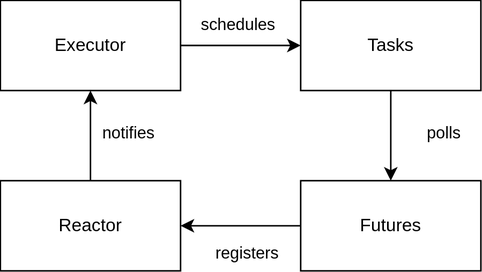
Above: training-slides/src/images/async-building-blocks.drawio.svg in ferrous-systems/rust-training (draw.io), before the change. Source tidied: cells renumbered, new cells last; positions are measured from the earlier drawing's top-left corner, leaving out a move shared by most shapes.
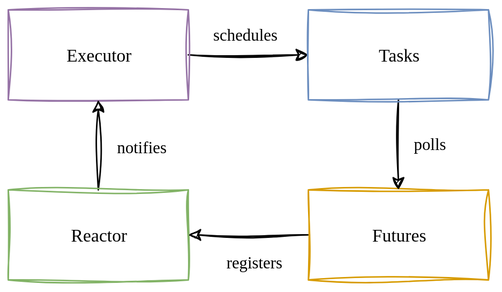
Later version of the same file.

Diff of the diagram source:
```diff
@@ -2,18 +2,18 @@
   <root>
     <mxCell id="0" />
     <mxCell id="1" parent="0" />
-    <mxCell id="2" style="edgeStyle=orthogonalEdgeStyle;rounded=0;jettySize=auto;html=1;entryX=0;entryY=0.5;entryDx=0;entryDy=0;" parent="1" edge="1" source="4" target="14">
+    <mxCell id="2" style="edgeStyle=orthogonalEdgeStyle;rounded=0;jettySize=auto;html=1;entryX=0;entryY=0.5;entryDx=0;entryDy=0;sketch=1;curveFitting=1;jiggle=2;" parent="1" edge="1" source="4" target="14">
       <mxGeometry relative="1" as="geometry" />
     </mxCell>
-    <mxCell id="3" value="schedules" style="edgeLabel;html=1;align=center;verticalAlign=middle;" parent="2" vertex="1">
+    <mxCell id="3" value="&lt;font face=&quot;Verdana&quot;&gt;schedules&lt;/font&gt;" style="edgeLabel;html=1;align=center;verticalAlign=middle;" parent="2" vertex="1">
       <mxGeometry x="-0.34" relative="1" as="geometry">
         <mxPoint x="11" y="-14" as="offset" />
       </mxGeometry>
     </mxCell>
-    <mxCell id="4" value="Executor" style="rounded=0;whiteSpace=wrap;html=1;" parent="1" vertex="1">
+    <mxCell id="4" value="&lt;font face=&quot;Verdana&quot;&gt;Executor&lt;/font&gt;" style="rounded=0;whiteSpace=wrap;html=1;fillStyle=zigzag-line;fillColor=none;strokeColor=#9673a6;sketch=1;curveFitting=1;jiggle=2;" parent="1" vertex="1">
       <mxGeometry width="120" height="60" as="geometry" />
     </mxCell>
-    <mxCell id="5" style="edgeStyle=orthogonalEdgeStyle;rounded=0;jettySize=auto;html=1;entryX=0.5;entryY=1;entryDx=0;entryDy=0;" parent="1" edge="1" source="8" target="4">
+    <mxCell id="5" style="edgeStyle=orthogonalEdgeStyle;rounded=0;jettySize=auto;html=1;entryX=0.5;entryY=1;entryDx=0;entryDy=0;sketch=1;curveFitting=1;jiggle=2;" parent="1" edge="1" source="8" target="4">
       <mxGeometry relative="1" as="geometry" />
     </mxCell>
     <mxCell id="6" value=" " style="edgeLabel;html=1;align=center;verticalAlign=middle;" parent="5" vertex="1">
@@ -21,34 +21,34 @@
         <mxPoint x="23" as="offset" />
       </mxGeometry>
     </mxCell>
-    <mxCell id="7" value="notifies" style="edgeLabel;html=1;align=center;verticalAlign=middle;" parent="5" vertex="1">
+    <mxCell id="7" value="&lt;font face=&quot;Verdana&quot;&gt;notifies&lt;/font&gt;" style="edgeLabel;html=1;align=center;verticalAlign=middle;" parent="5" vertex="1">
       <mxGeometry x="0.3" y="1" relative="1" as="geometry">
-        <mxPoint x="26" y="7" as="offset" />
+        <mxPoint x="29" y="10" as="offset" />
       </mxGeometry>
     </mxCell>
-    <mxCell id="8" value="Reactor" style="rounded=0;whiteSpace=wrap;html=1;" parent="1" vertex="1">
+    <mxCell id="8" value="&lt;font face=&quot;Verdana&quot;&gt;Reactor&lt;/font&gt;" style="rounded=0;whiteSpace=wrap;html=1;sketch=1;curveFitting=1;jiggle=2;fillColor=none;strokeColor=#82b366;" parent="1" vertex="1">
       <mxGeometry y="120" width="120" height="60" as="geometry" />
     </mxCell>
-    <mxCell id="9" style="edgeStyle=orthogonalEdgeStyle;rounded=0;jettySize=auto;html=1;entryX=1;entryY=0.5;entryDx=0;entryDy=0;" parent="1" edge="1" source="11" target="8">
+    <mxCell id="9" style="edgeStyle=orthogonalEdgeStyle;rounded=0;jettySize=auto;html=1;entryX=1;entryY=0.5;entryDx=0;entryDy=0;sketch=1;curveFitting=1;jiggle=2;" parent="1" edge="1" source="11" target="8">
       <mxGeometry relative="1" as="geometry" />
     </mxCell>
-    <mxCell id="10" value="registers" style="edgeLabel;html=1;align=center;verticalAlign=middle;" parent="9" vertex="1">
+    <mxCell id="10" value="&lt;font face=&quot;Verdana&quot;&gt;registers&lt;/font&gt;" style="edgeLabel;html=1;align=center;verticalAlign=middle;" parent="9" vertex="1">
       <mxGeometry x="-0.21" y="2" relative="1" as="geometry">
         <mxPoint x="-5" y="16" as="offset" />
       </mxGeometry>
     </mxCell>
-    <mxCell id="11" value="Futures" style="rounded=0;whiteSpace=wrap;html=1;" parent="1" vertex="1">
+    <mxCell id="11" value="&lt;font face=&quot;Verdana&quot;&gt;Futures&lt;/font&gt;" style="rounded=0;whiteSpace=wrap;html=1;sketch=1;curveFitting=1;jiggle=2;fillColor=none;strokeColor=#d79b00;" parent="1" vertex="1">
       <mxGeometry x="200" y="120" width="120" height="60" as="geometry" />
     </mxCell>
-    <mxCell id="12" style="edgeStyle=orthogonalEdgeStyle;rounded=0;jettySize=auto;html=1;entryX=0.5;entryY=0;entryDx=0;entryDy=0;" parent="1" edge="1" source="14" target="11">
+    <mxCell id="12" style="edgeStyle=orthogonalEdgeStyle;rounded=0;jettySize=auto;html=1;entryX=0.5;entryY=0;entryDx=0;entryDy=0;sketch=1;curveFitting=1;jiggle=2;" parent="1" edge="1" source="14" target="11">
       <mxGeometry relative="1" as="geometry" />
     </mxCell>
-    <mxCell id="13" value="polls" style="edgeLabel;html=1;align=center;verticalAlign=middle;" parent="12" vertex="1">
+    <mxCell id="13" value="&lt;font face=&quot;Verdana&quot;&gt;polls&lt;/font&gt;" style="edgeLabel;html=1;align=center;verticalAlign=middle;" parent="12" vertex="1">
       <mxGeometry x="-0.31" y="-3" relative="1" as="geometry">
-        <mxPoint x="38" y="7" as="offset" />
+        <mxPoint x="23" y="9" as="offset" />
       </mxGeometry>
     </mxCell>
-    <mxCell id="14" value="Tasks" style="rounded=0;whiteSpace=wrap;html=1;" parent="1" vertex="1">
+    <mxCell id="14" value="&lt;font face=&quot;Verdana&quot;&gt;Tasks&lt;/font&gt;" style="rounded=0;whiteSpace=wrap;html=1;sketch=1;curveFitting=1;jiggle=2;fillColor=none;strokeColor=#6c8ebf;" parent="1" vertex="1">
       <mxGeometry x="200" width="120" height="60" as="geometry" />
     </mxCell>
   </root>
```
